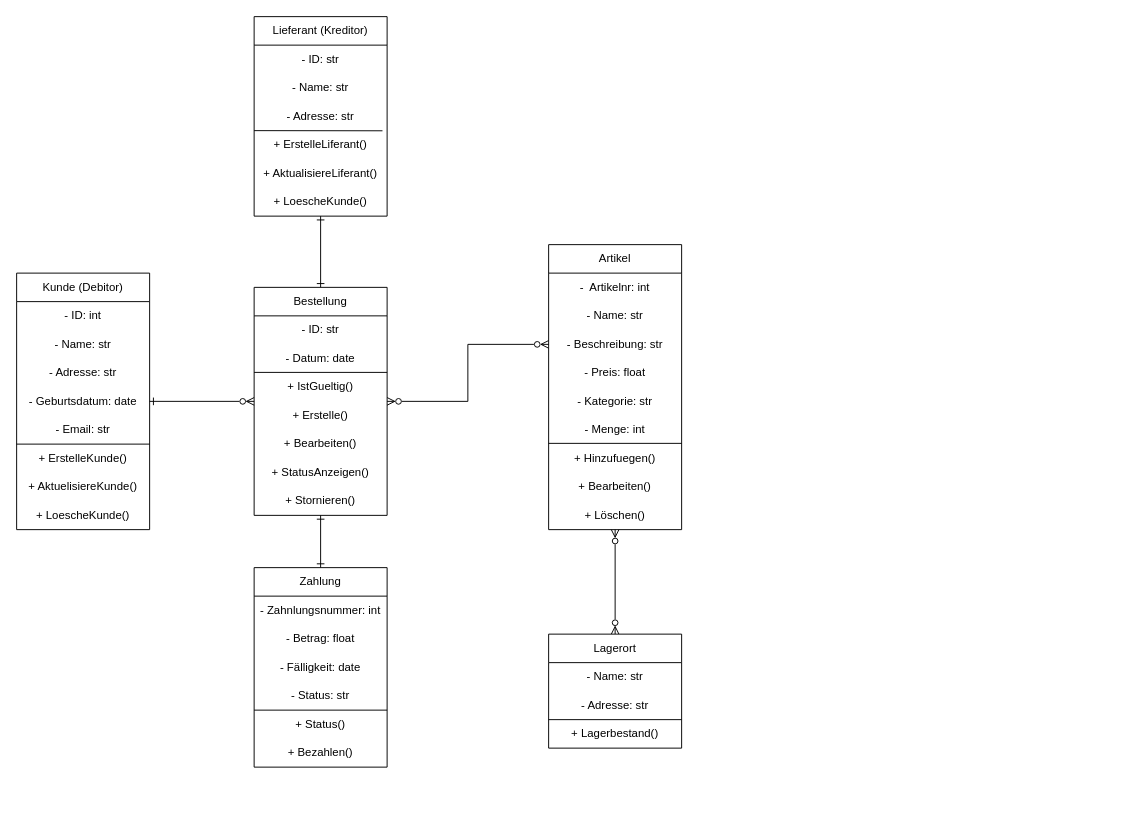
Before: doc/Klassendiagramm.drawio in domirohner/erp, a draw.io diagram. Source tidied: cells renumbered, new cells numbered last; positions are measured from the earlier drawing's top-left corner, leaving out a move shared by most shapes. Both pictures are drawn from the tidied source at 95%, with x=0, y=0 at pixel (16, 16).
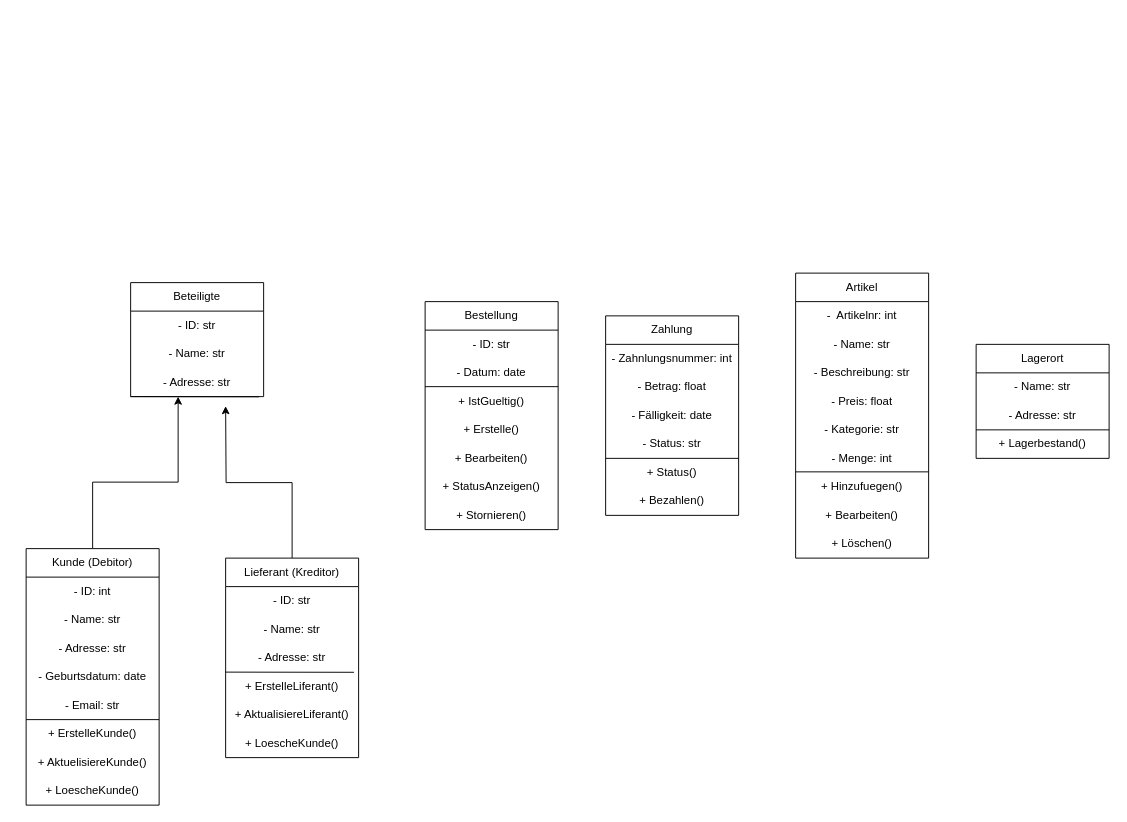
Above is the later version.

Unchanged cells that the change refers to:
```xml
<mxCell id="28" value="- Beschreibung: str" style="text;html=1;align=center;verticalAlign=middle;whiteSpace=wrap;rounded=0;" parent="25" vertex="1">
  <mxGeometry y="90" width="140" height="30" as="geometry" />
</mxCell>
<mxCell id="35" value="+ Löschen()" style="text;html=1;align=center;verticalAlign=middle;whiteSpace=wrap;rounded=0;" parent="25" vertex="1">
  <mxGeometry y="270" width="140" height="30" as="geometry" />
</mxCell>
```

Change to the diagram source:
```diff
@@
-    <mxCell id="2" style="edgeStyle=orthogonalEdgeStyle;rounded=0;jettySize=auto;html=1;entryX=0;entryY=0.5;entryDx=0;entryDy=0;endArrow=ERzeroToMany;endFill=0;startArrow=ERone;startFill=0;" parent="1" edge="1" source="3" target="16">
-      <mxGeometry relative="1" as="geometry" />
-    </mxCell>
+    <mxCell id="58" style="edgeStyle=orthogonalEdgeStyle;rounded=0;jettySize=auto;html=1;" parent="1" edge="1" source="3">
+      <mxGeometry relative="1" as="geometry">
+        <mxPoint x="170" y="400" as="targetPoint" />
+        <Array as="points">
+          <mxPoint x="80" y="490" />
+          <mxPoint x="170" y="490" />
+        </Array>
+      </mxGeometry>
+    </mxCell>
     <mxCell id="3" value="Kunde (Debitor)" style="swimlane;fontStyle=0;horizontal=1;startSize=30;whiteSpace=wrap;html=1;" parent="1" vertex="1">
-      <mxGeometry y="270" width="140" height="270" as="geometry" />
+      <mxGeometry x="10" y="560" width="140" height="270" as="geometry" />
     </mxCell>
@@
-    <mxCell id="13" style="edgeStyle=orthogonalEdgeStyle;rounded=0;jettySize=auto;html=1;endArrow=ERone;endFill=0;startArrow=ERone;startFill=0;" parent="1" edge="1" source="16" target="50">
-      <mxGeometry relative="1" as="geometry" />
-    </mxCell>
-    <mxCell id="14" style="edgeStyle=orthogonalEdgeStyle;rounded=0;jettySize=auto;html=1;entryX=0.5;entryY=1;entryDx=0;entryDy=0;endArrow=ERone;endFill=0;startArrow=ERone;startFill=0;" parent="1" edge="1" source="16" target="42">
-      <mxGeometry relative="1" as="geometry" />
-    </mxCell>
-    <mxCell id="15" style="edgeStyle=orthogonalEdgeStyle;rounded=0;jettySize=auto;html=1;entryX=0;entryY=0.5;entryDx=0;entryDy=0;endArrow=ERzeroToMany;endFill=0;startArrow=ERzeroToMany;startFill=0;" parent="1" edge="1" source="16" target="28">
-      <mxGeometry relative="1" as="geometry" />
-    </mxCell>
     <mxCell id="16" value="Bestellung" style="swimlane;fontStyle=0;horizontal=1;startSize=30;whiteSpace=wrap;html=1;" parent="1" vertex="1">
-      <mxGeometry x="250" y="285" width="140" height="240" as="geometry" />
+      <mxGeometry x="430" y="300" width="140" height="240" as="geometry" />
     </mxCell>
@@
     <mxCell id="25" value="Artikel" style="swimlane;fontStyle=0;horizontal=1;startSize=30;whiteSpace=wrap;html=1;" parent="1" vertex="1">
-      <mxGeometry x="560" y="240" width="140" height="300" as="geometry" />
+      <mxGeometry x="820" y="270" width="140" height="300" as="geometry" />
     </mxCell>
@@
-    <mxCell id="36" style="edgeStyle=orthogonalEdgeStyle;rounded=0;jettySize=auto;html=1;startArrow=ERzeroToMany;startFill=0;endArrow=ERzeroToMany;endFill=0;entryX=0.5;entryY=1;entryDx=0;entryDy=0;" parent="1" edge="1" source="37" target="35">
-      <mxGeometry relative="1" as="geometry" />
-    </mxCell>
     <mxCell id="37" value="Lagerort" style="swimlane;fontStyle=0;horizontal=1;startSize=30;whiteSpace=wrap;html=1;" parent="1" vertex="1">
-      <mxGeometry x="560" y="650" width="140" height="120" as="geometry" />
+      <mxGeometry x="1010" y="345" width="140" height="120" as="geometry" />
     </mxCell>
@@
+    <mxCell id="59" style="edgeStyle=orthogonalEdgeStyle;rounded=0;jettySize=auto;html=1;" parent="1" edge="1" source="42">
+      <mxGeometry relative="1" as="geometry">
+        <mxPoint x="220" y="410" as="targetPoint" />
+      </mxGeometry>
+    </mxCell>
     <mxCell id="42" value="Lieferant (Kreditor)" style="swimlane;fontStyle=0;horizontal=1;startSize=30;whiteSpace=wrap;html=1;" parent="1" vertex="1">
-      <mxGeometry x="250" width="140" height="210" as="geometry" />
+      <mxGeometry x="220" y="570" width="140" height="210" as="geometry" />
     </mxCell>
@@
     <mxCell id="50" value="Zahlung" style="swimlane;fontStyle=0;horizontal=1;startSize=30;whiteSpace=wrap;html=1;" parent="1" vertex="1">
-      <mxGeometry x="250" y="580" width="140" height="210" as="geometry" />
+      <mxGeometry x="620" y="315" width="140" height="210" as="geometry" />
     </mxCell>
@@
+    <mxCell id="60" value="Beteiligte" style="swimlane;fontStyle=0;horizontal=1;startSize=30;whiteSpace=wrap;html=1;" parent="1" vertex="1">
+      <mxGeometry x="120" y="280" width="140" height="120" as="geometry" />
+    </mxCell>
+    <mxCell id="61" value="- ID: str" style="text;html=1;align=center;verticalAlign=middle;whiteSpace=wrap;rounded=0;" parent="60" vertex="1">
+      <mxGeometry y="30" width="140" height="30" as="geometry" />
+    </mxCell>
+    <mxCell id="62" value="- Name: str" style="text;html=1;align=center;verticalAlign=middle;whiteSpace=wrap;rounded=0;" parent="60" vertex="1">
+      <mxGeometry y="60" width="140" height="30" as="geometry" />
+    </mxCell>
+    <mxCell id="63" value="- Adresse: str" style="text;html=1;align=center;verticalAlign=middle;whiteSpace=wrap;rounded=0;" parent="60" vertex="1">
+      <mxGeometry y="90" width="140" height="30" as="geometry" />
+    </mxCell>
+    <mxCell id="64" style="endArrow=none;html=1;rounded=0;exitX=0;exitY=1;exitDx=0;exitDy=0;entryX=0.965;entryY=0.006;entryDx=0;entryDy=0;entryPerimeter=0;" parent="60" edge="1" source="63">
+      <mxGeometry relative="1" as="geometry">
+        <mxPoint x="135.1" y="120.2" as="targetPoint" />
+      </mxGeometry>
+    </mxCell>
```
